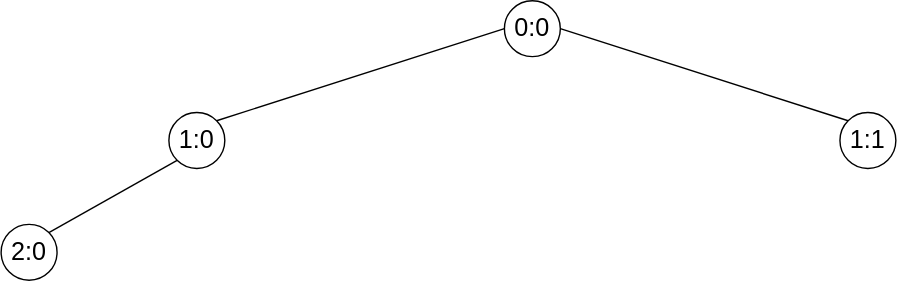
Earlier version of the draw.io export minhton/docs/img/example_four_nodes.svg (iml130/sola). Source tidied: cells renumbered, new cells last; positions are measured from the earlier drawing's top-left corner, leaving out a move shared by most shapes. The source it was exported from:
```xml
<mxGraphModel>
  <root>
    <mxCell id="0" />
    <mxCell id="1" parent="0" />
    <mxCell id="2" style="rounded=0;jettySize=auto;html=1;exitX=0;exitY=0.5;exitDx=0;exitDy=0;entryX=1;entryY=0;entryDx=0;entryDy=0;endArrow=none;endFill=0;" parent="1" edge="1" source="4" target="6">
      <mxGeometry relative="1" as="geometry" />
    </mxCell>
    <mxCell id="3" style="rounded=0;jettySize=auto;html=1;exitX=1;exitY=0.5;exitDx=0;exitDy=0;entryX=0;entryY=0;entryDx=0;entryDy=0;endArrow=none;endFill=0;" parent="1" edge="1" source="4" target="7">
      <mxGeometry relative="1" as="geometry" />
    </mxCell>
    <mxCell id="4" value="0:0" style="ellipse;whiteSpace=wrap;html=1;fontSize=18;verticalAlign=middle;horizontal=1;" parent="1" vertex="1">
      <mxGeometry x="360" width="40" height="40" as="geometry" />
    </mxCell>
    <mxCell id="5" style="rounded=0;jettySize=auto;html=1;exitX=0;exitY=1;exitDx=0;exitDy=0;entryX=1;entryY=0;entryDx=0;entryDy=0;endArrow=none;endFill=0;" parent="1" edge="1" source="6" target="8">
      <mxGeometry relative="1" as="geometry" />
    </mxCell>
    <mxCell id="6" value="1:0" style="ellipse;whiteSpace=wrap;html=1;fontSize=18;verticalAlign=middle;horizontal=1;" parent="1" vertex="1">
      <mxGeometry x="120" y="80" width="40" height="40" as="geometry" />
    </mxCell>
    <mxCell id="7" value="1:1" style="ellipse;whiteSpace=wrap;html=1;fontSize=18;verticalAlign=middle;horizontal=1;" parent="1" vertex="1">
      <mxGeometry x="600" y="80" width="40" height="40" as="geometry" />
    </mxCell>
    <mxCell id="8" value="2:0" style="ellipse;whiteSpace=wrap;html=1;fontSize=18;verticalAlign=middle;horizontal=1;" parent="1" vertex="1">
      <mxGeometry y="160" width="40" height="40" as="geometry" />
    </mxCell>
  </root>
</mxGraphModel>
```
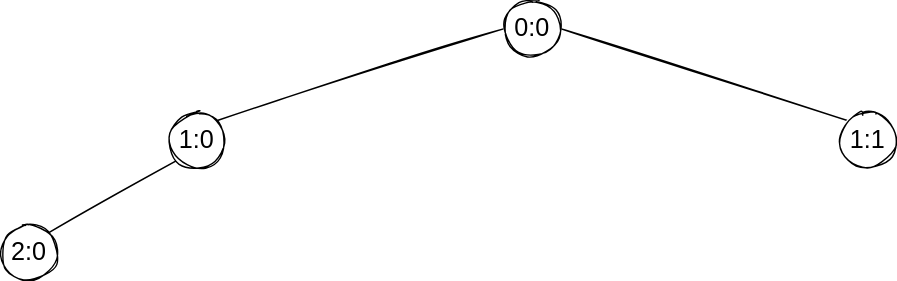
The same diagram one commit later.

Change to the diagram source:
```diff
@@ -2,25 +2,25 @@
   <root>
     <mxCell id="0" />
     <mxCell id="1" parent="0" />
-    <mxCell id="2" style="rounded=0;jettySize=auto;html=1;exitX=0;exitY=0.5;exitDx=0;exitDy=0;entryX=1;entryY=0;entryDx=0;entryDy=0;endArrow=none;endFill=0;" parent="1" edge="1" source="4" target="6">
+    <mxCell id="2" style="rounded=0;jettySize=auto;html=1;exitX=0;exitY=0.5;exitDx=0;exitDy=0;entryX=1;entryY=0;entryDx=0;entryDy=0;endArrow=none;endFill=0;sketch=1;curveFitting=1;jiggle=1;" parent="1" edge="1" source="4" target="6">
       <mxGeometry relative="1" as="geometry" />
     </mxCell>
-    <mxCell id="3" style="rounded=0;jettySize=auto;html=1;exitX=1;exitY=0.5;exitDx=0;exitDy=0;entryX=0;entryY=0;entryDx=0;entryDy=0;endArrow=none;endFill=0;" parent="1" edge="1" source="4" target="7">
+    <mxCell id="3" style="rounded=0;jettySize=auto;html=1;exitX=1;exitY=0.5;exitDx=0;exitDy=0;entryX=0;entryY=0;entryDx=0;entryDy=0;endArrow=none;endFill=0;sketch=1;curveFitting=1;jiggle=1;" parent="1" edge="1" source="4" target="7">
       <mxGeometry relative="1" as="geometry" />
     </mxCell>
-    <mxCell id="4" value="0:0" style="ellipse;whiteSpace=wrap;html=1;fontSize=18;verticalAlign=middle;horizontal=1;" parent="1" vertex="1">
+    <mxCell id="4" value="0:0" style="ellipse;whiteSpace=wrap;html=1;fontSize=18;verticalAlign=middle;horizontal=1;sketch=1;curveFitting=1;jiggle=1;" parent="1" vertex="1">
       <mxGeometry x="360" width="40" height="40" as="geometry" />
     </mxCell>
-    <mxCell id="5" style="rounded=0;jettySize=auto;html=1;exitX=0;exitY=1;exitDx=0;exitDy=0;entryX=1;entryY=0;entryDx=0;entryDy=0;endArrow=none;endFill=0;" parent="1" edge="1" source="6" target="8">
+    <mxCell id="5" style="rounded=0;jettySize=auto;html=1;exitX=0;exitY=1;exitDx=0;exitDy=0;entryX=1;entryY=0;entryDx=0;entryDy=0;endArrow=none;endFill=0;sketch=1;curveFitting=1;jiggle=1;" parent="1" edge="1" source="6" target="8">
       <mxGeometry relative="1" as="geometry" />
     </mxCell>
-    <mxCell id="6" value="1:0" style="ellipse;whiteSpace=wrap;html=1;fontSize=18;verticalAlign=middle;horizontal=1;" parent="1" vertex="1">
+    <mxCell id="6" value="1:0" style="ellipse;whiteSpace=wrap;html=1;fontSize=18;verticalAlign=middle;horizontal=1;sketch=1;curveFitting=1;jiggle=1;" parent="1" vertex="1">
       <mxGeometry x="120" y="80" width="40" height="40" as="geometry" />
     </mxCell>
-    <mxCell id="7" value="1:1" style="ellipse;whiteSpace=wrap;html=1;fontSize=18;verticalAlign=middle;horizontal=1;" parent="1" vertex="1">
+    <mxCell id="7" value="1:1" style="ellipse;whiteSpace=wrap;html=1;fontSize=18;verticalAlign=middle;horizontal=1;sketch=1;curveFitting=1;jiggle=1;" parent="1" vertex="1">
       <mxGeometry x="600" y="80" width="40" height="40" as="geometry" />
     </mxCell>
-    <mxCell id="8" value="2:0" style="ellipse;whiteSpace=wrap;html=1;fontSize=18;verticalAlign=middle;horizontal=1;" parent="1" vertex="1">
+    <mxCell id="8" value="2:0" style="ellipse;whiteSpace=wrap;html=1;fontSize=18;verticalAlign=middle;horizontal=1;sketch=1;curveFitting=1;jiggle=1;" parent="1" vertex="1">
       <mxGeometry y="160" width="40" height="40" as="geometry" />
     </mxCell>
   </root>
```
